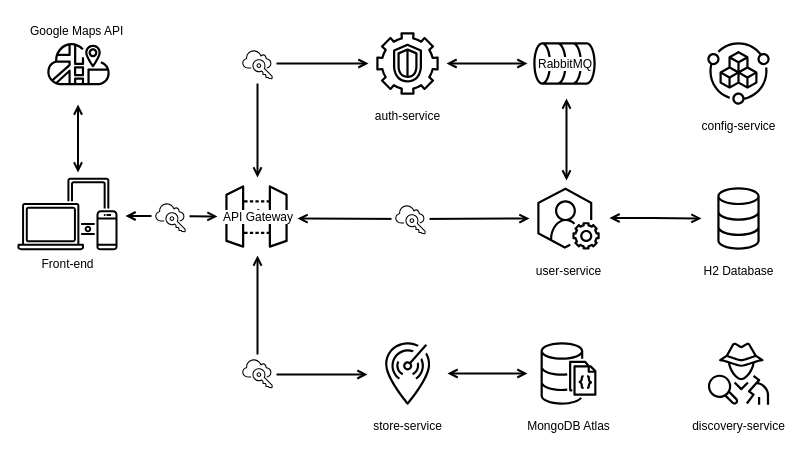
This is _resources/Architecture.drawio from andre-janino/JumboStoreLocator, a draw.io file, before an edit. Source tidied: cells renumbered, new cells numbered last; positions are measured from the earlier drawing's top-left corner, leaving out a move shared by most shapes. Both pictures are drawn from the tidied source at 100%, with x=0, y=0 at pixel (17, 17).
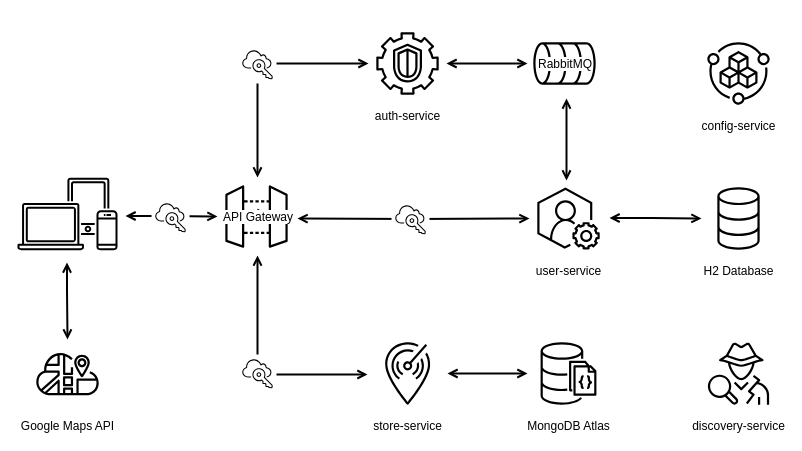
The same page after the edit.

Commit message (it also covers changes not shown here):
Modified the architecture drawing a bit, improving the placement of the google maps api.

Diff of the diagram source:
```diff
@@
-    <mxCell id="15" style="edgeStyle=orthogonalEdgeStyle;rounded=0;jettySize=auto;html=1;startArrow=open;startFill=0;endArrow=open;endFill=0;strokeWidth=2;exitX=0.494;exitY=1.026;exitDx=0;exitDy=0;exitPerimeter=0;" parent="1" edge="1" source="16">
-      <mxGeometry relative="1" as="geometry">
-        <mxPoint x="60.5" y="155" as="targetPoint" />
-      </mxGeometry>
-    </mxCell>
-    <mxCell id="16" style="outlineConnect=0;gradientDirection=north;dashed=0;verticalLabelPosition=bottom;verticalAlign=top;align=center;html=1;fontSize=12;fontStyle=0;shape=mxgraph.aws4.resourceIcon;resIcon=mxgraph.aws4.cloud_map;rounded=0;sketch=0;" parent="1" vertex="1">
-      <mxGeometry x="22" y="7" width="78" height="78" as="geometry" />
+    <mxCell id="16" value="Google Maps API" style="outlineConnect=0;gradientDirection=north;dashed=0;verticalLabelPosition=bottom;verticalAlign=top;align=center;html=1;fontSize=12;fontStyle=0;shape=mxgraph.aws4.resourceIcon;resIcon=mxgraph.aws4.cloud_map;rounded=0;sketch=0;" parent="1" vertex="1">
+      <mxGeometry x="11" y="317" width="78" height="78" as="geometry" />
     </mxCell>
-    <mxCell id="17" value="&lt;span style=&quot;color: rgb(0, 0, 0); font-family: helvetica; font-size: 12px; font-style: normal; font-weight: 400; letter-spacing: normal; text-align: center; text-indent: 0px; text-transform: none; word-spacing: 0px; background-color: rgb(255, 255, 255); display: inline; float: none;&quot;&gt;Google Maps API&lt;/span&gt;" style="text;whiteSpace=wrap;html=1;" parent="1" vertex="1">
-      <mxGeometry x="11" width="120" height="30" as="geometry" />
-    </mxCell>
@@
-    <mxCell id="19" value="Front-end" style="gradientColor=none;strokeColor=none;dashed=0;verticalLabelPosition=bottom;verticalAlign=top;align=center;html=1;fontSize=12;fontStyle=0;shape=mxgraph.aws4.illustration_devices;rounded=0;sketch=0;fillColor=#000000;" parent="1" vertex="1">
+    <mxCell id="19" style="gradientColor=none;strokeColor=none;dashed=0;verticalLabelPosition=bottom;verticalAlign=top;align=center;html=1;fontSize=12;fontStyle=0;shape=mxgraph.aws4.illustration_devices;rounded=0;sketch=0;fillColor=#000000;" parent="1" vertex="1">
       <mxGeometry y="160" width="100" height="73" as="geometry" />
     </mxCell>
@@
+    <mxCell id="29" style="edgeStyle=orthogonalEdgeStyle;rounded=0;orthogonalLoop=1;jettySize=auto;html=1;startArrow=open;startFill=0;endArrow=open;endFill=0;strokeWidth=2;" parent="1" edge="1">
+      <mxGeometry relative="1" as="geometry">
+        <mxPoint x="49.5" y="245" as="sourcePoint" />
+        <mxPoint x="50" y="322" as="targetPoint" />
+        <Array as="points">
+          <mxPoint x="50" y="272" />
+          <mxPoint x="50" y="272" />
+        </Array>
+      </mxGeometry>
+    </mxCell>
```
